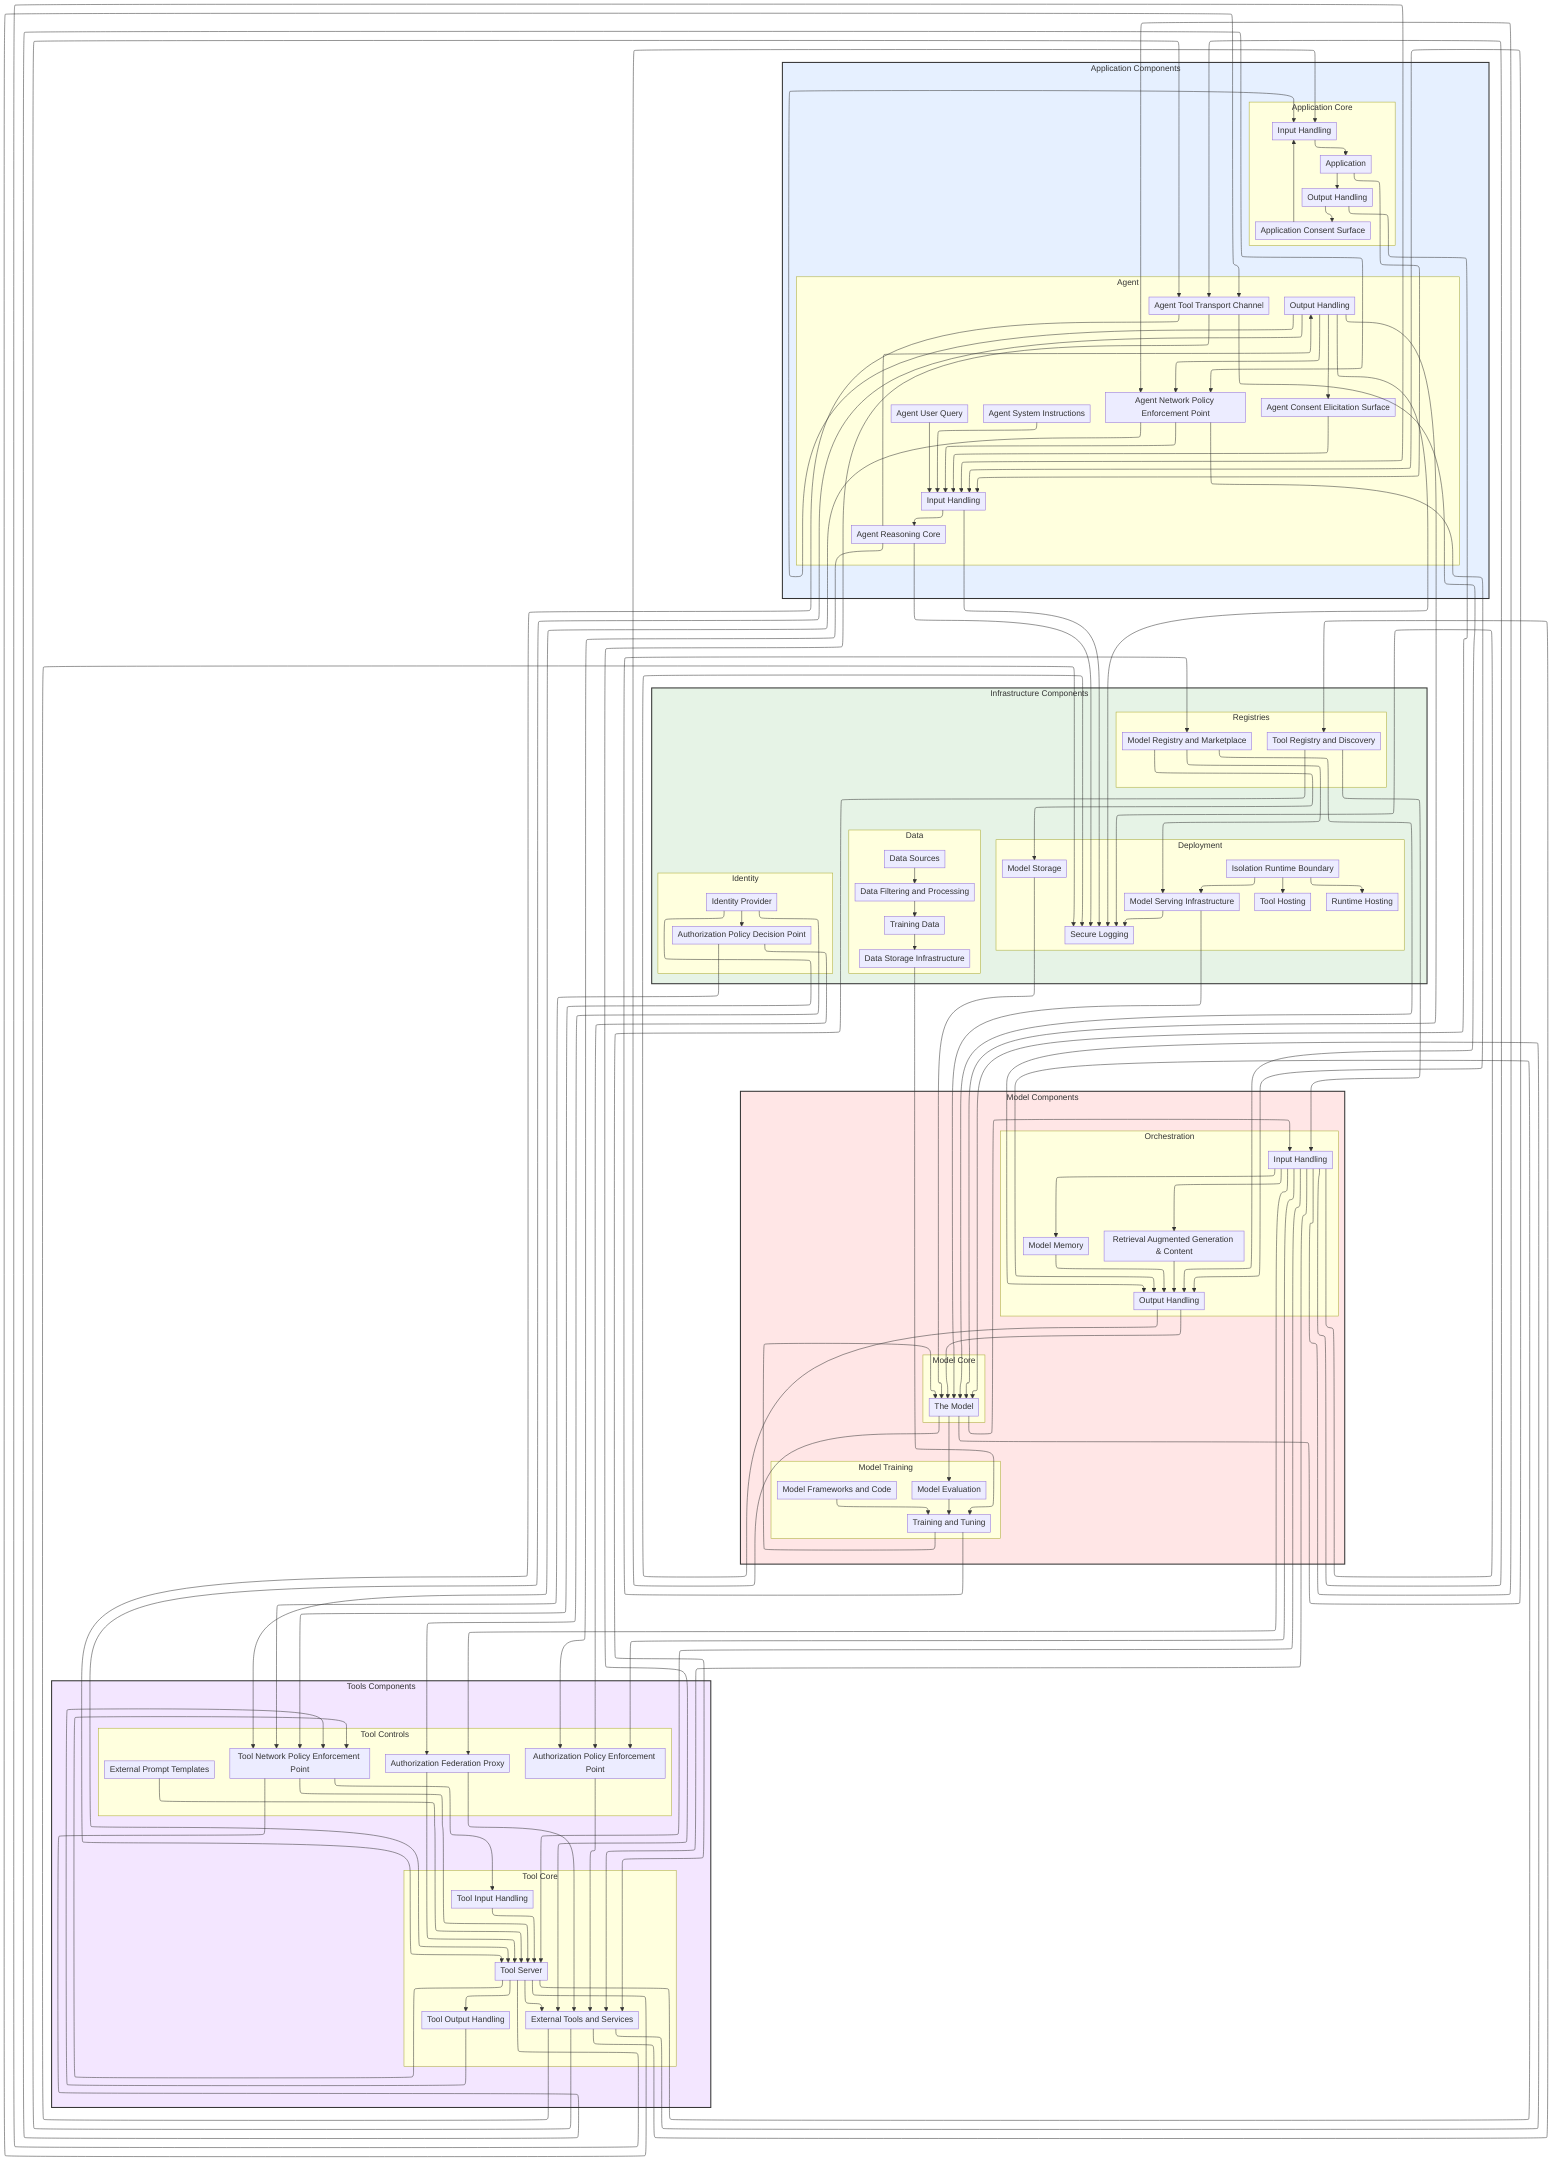
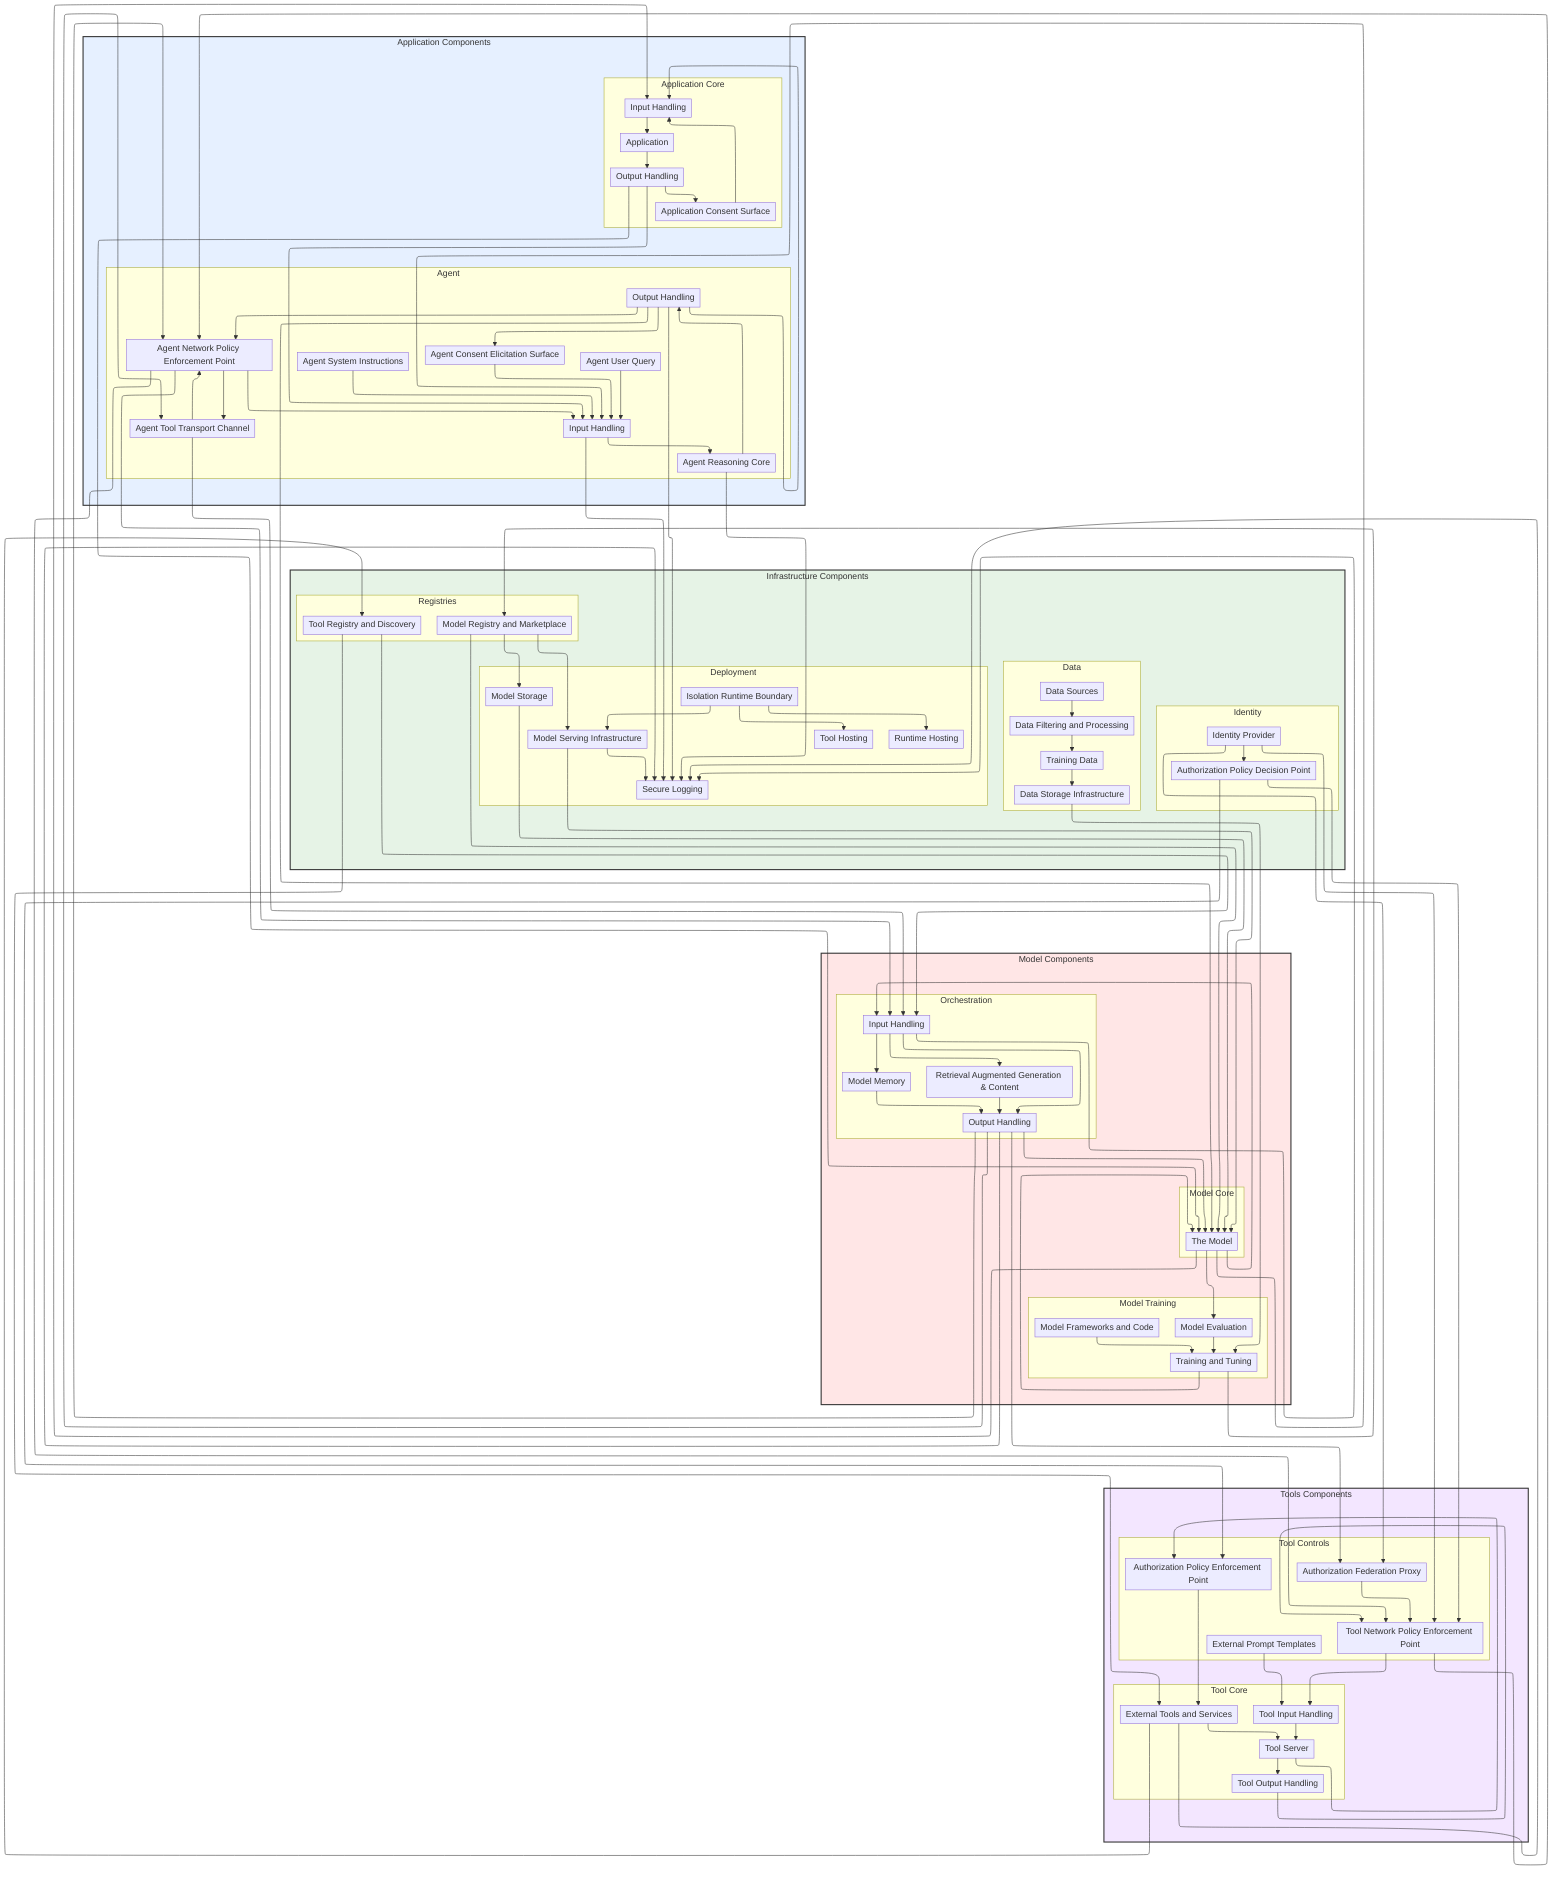
---
config:
  layout: elk
  elk:
    mergeEdges: False
    nodePlacementStrategy: BRANDES_KOEPF
---

graph TD
   %%{init: {'flowchart': {'nodeSpacing': 25, 'rankSpacing': 30, 'padding': 5, 'wrappingWidth': 250}}}%%
    classDef hidden display: none;
    classDef allControl stroke:#4285f4,stroke-width:2px,stroke-dasharray: 5 5

    subgraph componentsInfrastructure ["Infrastructure Components"]
        subgraph componentsData ["Data"]
            componentDataFilteringAndProcessing[Data Filtering and Processing]
            componentDataSources[Data Sources]
            componentDataStorage[Data Storage Infrastructure]
            componentTrainingData[Training Data]
        end
        subgraph componentsDeployment ["Deployment"]
            componentIsolationRuntime[Isolation Runtime Boundary]
            componentModelServing[Model Serving Infrastructure]
            componentModelStorage[Model Storage]
            componentRuntimeHosting[Runtime Hosting]
            componentSecureLogging[Secure Logging]
            componentToolHosting[Tool Hosting]
        end
        subgraph componentsRegistries ["Registries"]
            componentModelRegistry[Model Registry and Marketplace]
            componentToolRegistry[Tool Registry and Discovery]
        end
        subgraph componentsIdentity ["Identity"]
            componentAuthorizationPolicyDecisionPoint[Authorization Policy Decision Point]
            componentIdentityProvider[Identity Provider]
        end
    end

    subgraph componentsModel ["Model Components"]
        subgraph componentsModelTraining ["Model Training"]
            componentModelEvaluation[Model Evaluation]
            componentModelFrameworksAndCode[Model Frameworks and Code]
            componentModelTrainingTuning[Training and Tuning]
        end
        subgraph componentsModelCore ["Model Core"]
            componentTheModel[The Model]
        end
        subgraph componentsOrchestration ["Orchestration"]
            componentMemory[Model Memory]
            componentOrchestrationInputHandling[Input Handling]
            componentOrchestrationOutputHandling[Output Handling]
            componentRAGContent[Retrieval Augmented Generation & Content]
        end
    end

    subgraph componentsApplication ["Application Components"]
        subgraph componentsApplicationCore ["Application Core"]
            componentApplication[Application]
            componentApplicationConsentSurface[Application Consent Surface]
            componentApplicationInputHandling[Input Handling]
            componentApplicationOutputHandling[Output Handling]
        end
        subgraph componentsAgent ["Agent"]
            componentAgentConsentSurface[Agent Consent Elicitation Surface]
            componentAgentInputHandling[Input Handling]
            componentAgentNetworkPolicyEnforcementPoint[Agent Network Policy Enforcement Point]
            componentAgentOutputHandling[Output Handling]
            componentAgentSystemInstruction[Agent System Instructions]
            componentAgentToolTransport[Agent Tool Transport Channel]
            componentAgentUserQuery[Agent User Query]
            componentReasoningCore[Agent Reasoning Core]
        end
    end

    subgraph componentsTools ["Tools Components"]
        subgraph componentsToolCore ["Tool Core"]
            componentToolInputHandling[Tool Input Handling]
            componentToolOutputHandling[Tool Output Handling]
            componentToolServer[Tool Server]
            componentTools[External Tools and Services]
        end
        subgraph componentsToolControls ["Tool Controls"]
            componentAuthorizationPolicyEnforcementPoint[Authorization Policy Enforcement Point]
            componentExternalPromptTemplate[External Prompt Templates]
            componentFederationProxy[Authorization Federation Proxy]
            componentToolNetworkPolicyEnforcementPoint[Tool Network Policy Enforcement Point]
        end
    end


    componentDataSources --> componentDataFilteringAndProcessing
    componentDataFilteringAndProcessing --> componentTrainingData
    componentTrainingData --> componentDataStorage
    componentDataStorage --> componentModelTrainingTuning
    componentModelFrameworksAndCode --> componentModelTrainingTuning
    componentModelEvaluation --> componentModelTrainingTuning
    componentModelTrainingTuning --> componentTheModel
    componentModelTrainingTuning --> componentModelRegistry
    componentModelStorage --> componentTheModel
    componentModelServing --> componentTheModel
    componentModelServing --> componentSecureLogging
    componentModelRegistry --> componentModelServing
    componentModelRegistry --> componentTheModel
    componentModelRegistry --> componentModelStorage
    componentTheModel --> componentModelEvaluation
    componentTheModel --> componentAgentInputHandling
    componentTheModel --> componentApplicationInputHandling
    componentTheModel --> componentOrchestrationInputHandling
    componentApplication --> componentApplicationOutputHandling
-     componentApplication --> componentAgentInputHandling
    componentApplicationOutputHandling --> componentTheModel
    componentApplicationOutputHandling --> componentApplicationConsentSurface
+     componentApplicationOutputHandling --> componentAgentInputHandling
    componentApplicationInputHandling --> componentApplication
    componentReasoningCore --> componentAgentOutputHandling
-     componentReasoningCore --> componentAuthorizationPolicyEnforcementPoint
    componentReasoningCore --> componentSecureLogging
    componentOrchestrationOutputHandling --> componentTheModel
    componentOrchestrationOutputHandling --> componentSecureLogging
-     componentOrchestrationInputHandling --> componentTools
+     componentOrchestrationOutputHandling --> componentAgentNetworkPolicyEnforcementPoint
+     componentOrchestrationOutputHandling --> componentAgentToolTransport
+     componentOrchestrationOutputHandling --> componentFederationProxy
    componentOrchestrationInputHandling --> componentMemory
    componentOrchestrationInputHandling --> componentRAGContent
-     componentOrchestrationInputHandling --> componentToolServer
-     componentOrchestrationInputHandling --> componentAgentToolTransport
-     componentOrchestrationInputHandling --> componentFederationProxy
-     componentOrchestrationInputHandling --> componentAgentNetworkPolicyEnforcementPoint
-     componentOrchestrationInputHandling --> componentAuthorizationPolicyEnforcementPoint
    componentOrchestrationInputHandling --> componentSecureLogging
-     componentTools --> componentOrchestrationOutputHandling
+     componentOrchestrationInputHandling --> componentOrchestrationOutputHandling
+     componentTools --> componentToolServer
    componentTools --> componentToolRegistry
-     componentTools --> componentAgentToolTransport
    componentTools --> componentSecureLogging
    componentToolRegistry --> componentOrchestrationInputHandling
    componentToolRegistry --> componentTools
    componentMemory --> componentOrchestrationOutputHandling
    componentRAGContent --> componentOrchestrationOutputHandling
    componentAgentUserQuery --> componentAgentInputHandling
    componentAgentSystemInstruction --> componentAgentInputHandling
    componentAgentInputHandling --> componentReasoningCore
    componentAgentInputHandling --> componentSecureLogging
    componentAgentOutputHandling --> componentApplicationInputHandling
    componentAgentOutputHandling --> componentTheModel
    componentAgentOutputHandling --> componentAgentConsentSurface
    componentAgentOutputHandling --> componentAgentNetworkPolicyEnforcementPoint
    componentAgentOutputHandling --> componentSecureLogging
-     componentAgentOutputHandling --> componentToolServer
    componentIdentityProvider --> componentAuthorizationPolicyDecisionPoint
    componentIdentityProvider --> componentFederationProxy
    componentIdentityProvider --> componentToolNetworkPolicyEnforcementPoint
    componentAuthorizationPolicyDecisionPoint --> componentAuthorizationPolicyEnforcementPoint
    componentAuthorizationPolicyDecisionPoint --> componentToolNetworkPolicyEnforcementPoint
-     componentExternalPromptTemplate --> componentToolServer
+     componentExternalPromptTemplate --> componentToolInputHandling
    componentAgentConsentSurface --> componentAgentInputHandling
    componentIsolationRuntime --> componentModelServing
    componentIsolationRuntime --> componentToolHosting
    componentIsolationRuntime --> componentRuntimeHosting
-     componentToolServer --> componentTools
-     componentToolServer --> componentOrchestrationOutputHandling
-     componentToolServer --> componentAgentInputHandling
-     componentToolServer --> componentAgentToolTransport
-     componentToolServer --> componentToolNetworkPolicyEnforcementPoint
    componentToolServer --> componentToolOutputHandling
-     componentAgentToolTransport --> componentTools
-     componentAgentToolTransport --> componentToolServer
-     componentAgentToolTransport --> componentOrchestrationOutputHandling
-     componentFederationProxy --> componentTools
-     componentFederationProxy --> componentToolServer
+     componentToolServer --> componentAuthorizationPolicyEnforcementPoint
+     componentAgentToolTransport --> componentAgentNetworkPolicyEnforcementPoint
+     componentAgentToolTransport --> componentOrchestrationInputHandling
+     componentFederationProxy --> componentToolNetworkPolicyEnforcementPoint
    componentAgentNetworkPolicyEnforcementPoint --> componentAgentInputHandling
-     componentAgentNetworkPolicyEnforcementPoint --> componentOrchestrationOutputHandling
+     componentAgentNetworkPolicyEnforcementPoint --> componentOrchestrationInputHandling
    componentAgentNetworkPolicyEnforcementPoint --> componentToolNetworkPolicyEnforcementPoint
+     componentAgentNetworkPolicyEnforcementPoint --> componentAgentToolTransport
    componentAuthorizationPolicyEnforcementPoint --> componentTools
-     componentToolNetworkPolicyEnforcementPoint --> componentToolServer
    componentToolNetworkPolicyEnforcementPoint --> componentAgentNetworkPolicyEnforcementPoint
    componentToolNetworkPolicyEnforcementPoint --> componentToolInputHandling
    componentApplicationConsentSurface --> componentApplicationInputHandling
    componentToolInputHandling --> componentToolServer
    componentToolOutputHandling --> componentToolNetworkPolicyEnforcementPoint

%% Node style definitions
    style componentsInfrastructure fill:#e6f3e6,stroke:#333333,stroke-width:2px
    style componentsApplication fill:#e6f0ff,stroke:#333333,stroke-width:2px
    style componentsModel fill:#ffe6e6,stroke:#333333,stroke-width:2px
    style componentsTools fill:#f3e6ff,stroke:#333333,stroke-width:2px
